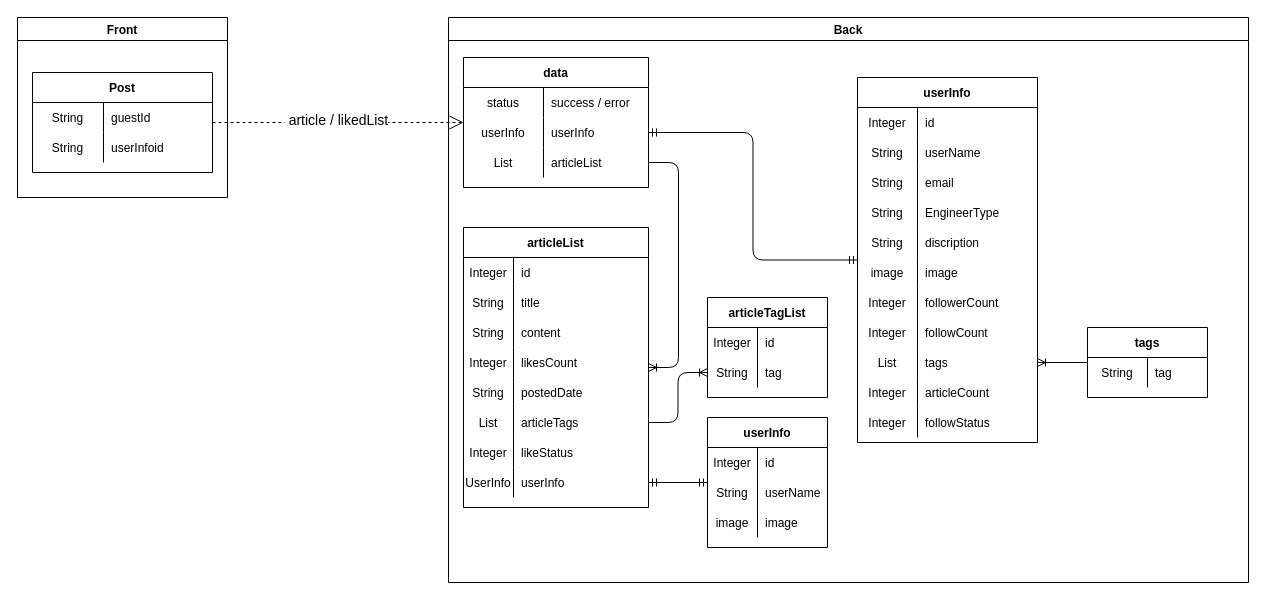
yusuke-rakus/Qiish keeps this draw.io diagram as page "[表示]いいね記事一覧" (4 of 23) of Designs/基本設計.drawio. Above is the earlier version. Source tidied: cells renumbered, new cells numbered last; positions are measured from the earlier drawing's top-left corner, leaving out a move shared by most shapes. Both pictures are drawn from the tidied source at 100%, with x=0, y=0 at pixel (17, 17).
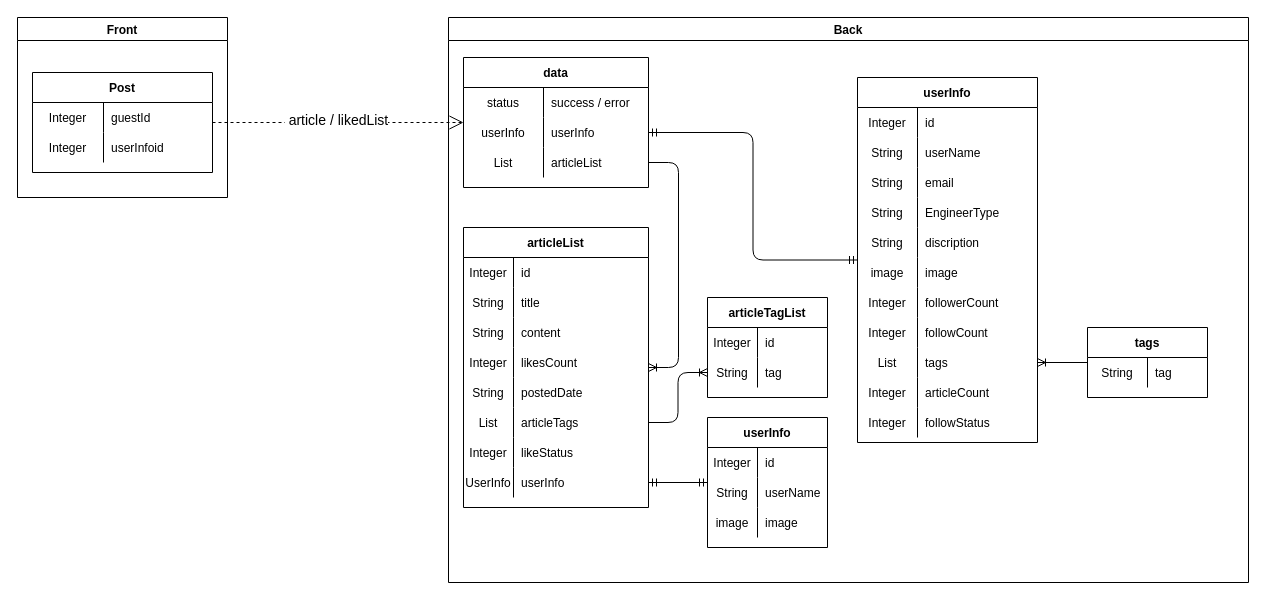
The same page after the edit.

Unchanged cells that the change refers to:
```xml
<mxCell id="102" style="shape=partialRectangle;fillColor=none;top=0;left=0;bottom=0;right=0;" parent="101" vertex="1">
  <mxGeometry y="30" width="180" height="30" as="geometry" />
</mxCell>
<mxCell id="105" style="shape=partialRectangle;fillColor=none;top=0;left=0;bottom=0;right=0;" parent="101" vertex="1">
  <mxGeometry y="60" width="180" height="30" as="geometry" />
</mxCell>
```

The edit, as a diff of the source:
```diff
@@
-    <mxCell id="103" value="String" style="shape=partialRectangle;fillColor=none;top=0;left=0;bottom=0;right=0;overflow=hidden;" parent="102" vertex="1">
+    <mxCell id="103" value="Integer" style="shape=partialRectangle;fillColor=none;top=0;left=0;bottom=0;right=0;overflow=hidden;" parent="102" vertex="1">
       <mxGeometry width="71" height="30" as="geometry" />
     </mxCell>
@@
-    <mxCell id="106" value="String" style="shape=partialRectangle;fillColor=none;top=0;left=0;bottom=0;right=0;overflow=hidden;" parent="105" vertex="1">
+    <mxCell id="106" value="Integer" style="shape=partialRectangle;fillColor=none;top=0;left=0;bottom=0;right=0;overflow=hidden;" parent="105" vertex="1">
       <mxGeometry width="71" height="30" as="geometry" />
     </mxCell>
```
